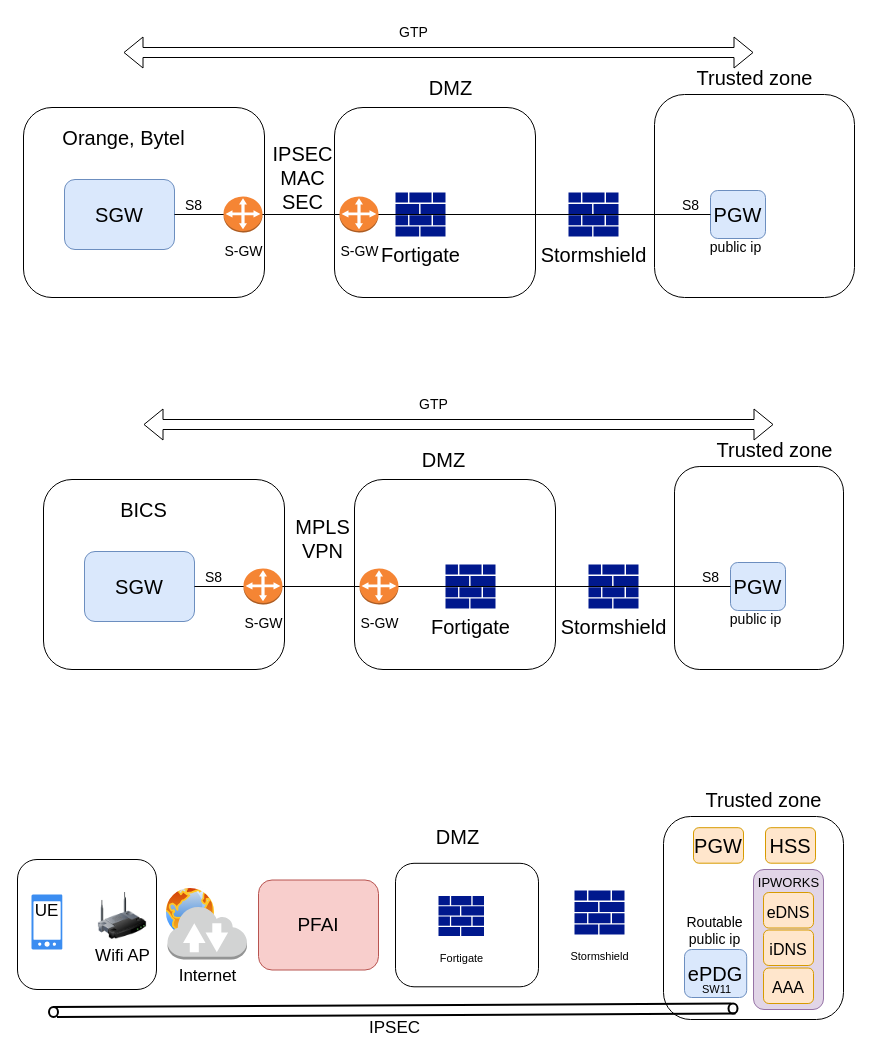
Before: page "Page-2" (2 of 3) of use_cases_sec.drawio in h4kdev/diagrams, a draw.io diagram. Source tidied: cells renumbered, new cells numbered last; positions are measured from the earlier drawing's top-left corner, leaving out a move shared by most shapes. Both pictures are drawn from the tidied source at 100%, with x=0, y=0 at pixel (17, 17).
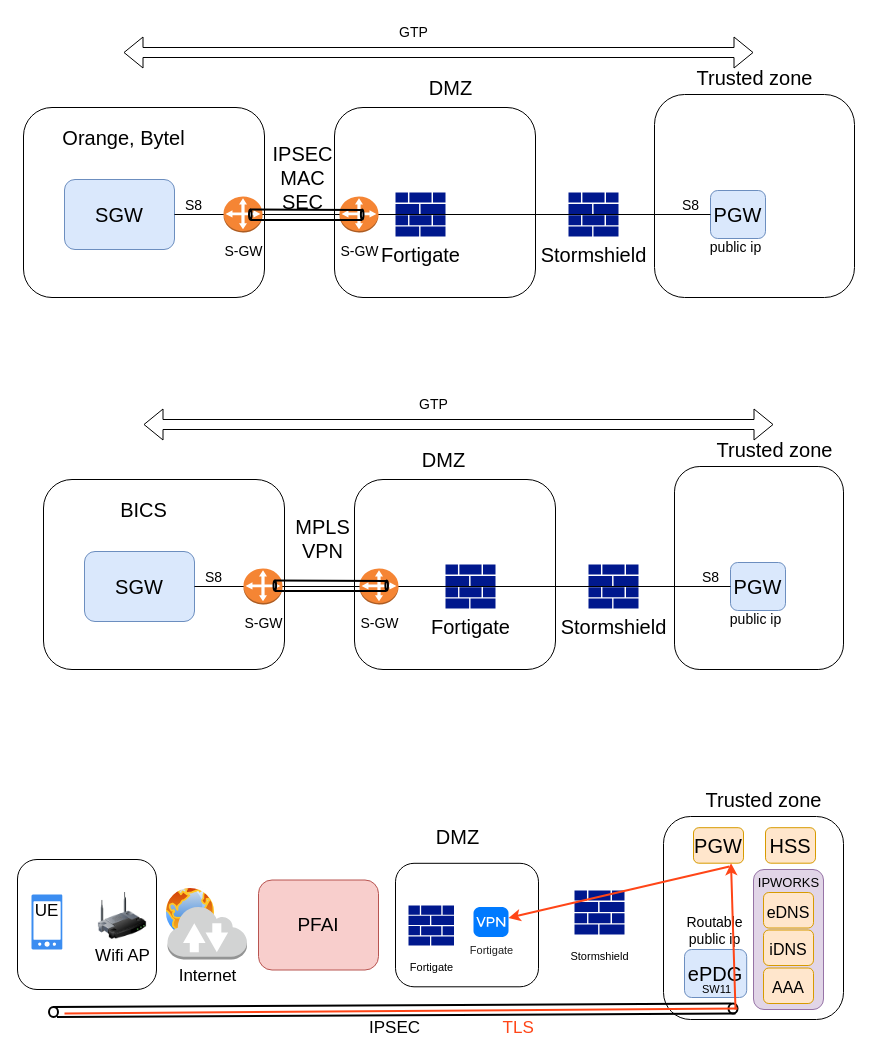
The same diagram, later.

The change refers to these unchanged cells:
```xml
<mxCell id="59" style="ellipse;whiteSpace=wrap;html=1;fontSize=17;strokeWidth=2;" parent="1" vertex="1">
  <mxGeometry x="711" y="986" width="9" height="10" as="geometry" />
</mxCell>
<mxCell id="64" value="PGW" style="rounded=1;whiteSpace=wrap;html=1;fontSize=20;fillColor=#ffe6cc;strokeColor=#d79b00;" parent="1" vertex="1">
  <mxGeometry x="676" y="810.2" width="50" height="35.5" as="geometry" />
</mxCell>
```

Diff of the diagram source:
```diff
@@
     <mxCell id="45" value="&lt;font style=&quot;font-size: 11px;&quot;&gt;Fortigate&lt;/font&gt;" style="sketch=0;shadow=0;dashed=0;html=1;strokeColor=none;labelPosition=center;verticalLabelPosition=bottom;verticalAlign=top;align=center;fillColor=#00188D;shape=mxgraph.mscae.enterprise.firewall;fontSize=20;" parent="1" vertex="1">
-      <mxGeometry x="421" y="878.5" width="45.5" height="40" as="geometry" />
+      <mxGeometry x="391" y="888" width="45.5" height="40" as="geometry" />
     </mxCell>
@@
+    <mxCell id="67" style="endArrow=none;html=1;rounded=0;strokeColor=#FF4517;strokeWidth=2;fontSize=15;fontColor=#FF4517;entryX=1;entryY=0.5;entryDx=0;entryDy=0;" parent="1" edge="1" target="59">
+      <mxGeometry relative="1" as="geometry">
+        <mxPoint x="47" y="996" as="sourcePoint" />
+      </mxGeometry>
+    </mxCell>
+    <mxCell id="68" style="endArrow=classic;html=1;rounded=0;strokeColor=#FF4517;strokeWidth=2;fontSize=15;fontColor=#FF4517;entryX=0.75;entryY=1;entryDx=0;entryDy=0;" parent="1" edge="1" target="64">
+      <mxGeometry relative="1" as="geometry">
+        <mxPoint x="718" y="992" as="sourcePoint" />
+      </mxGeometry>
+    </mxCell>
+    <mxCell id="69" style="endArrow=classic;html=1;rounded=0;strokeColor=#FF4517;strokeWidth=2;fontSize=15;fontColor=#FF4517;" parent="1" edge="1" target="70">
+      <mxGeometry relative="1" as="geometry">
+        <mxPoint x="712" y="849" as="sourcePoint" />
+      </mxGeometry>
+    </mxCell>
+    <mxCell id="70" value="&lt;font style=&quot;font-size: 11px;&quot;&gt;Fortigate&lt;/font&gt;" style="html=1;strokeWidth=1;shadow=0;dashed=0;shape=mxgraph.ios7.misc.vpn;fillColor=#007AFF;strokeColor=none;buttonText=;strokeColor2=#222222;fontColor=#222222;fontSize=8;verticalLabelPosition=bottom;verticalAlign=top;align=center;sketch=0;" parent="1" vertex="1">
+      <mxGeometry x="456" y="889.5" width="35" height="30" as="geometry" />
+    </mxCell>
+    <mxCell id="71" value="&lt;font color=&quot;#ff4517&quot;&gt;TLS&amp;nbsp;&lt;/font&gt;" style="text;html=1;align=center;verticalAlign=middle;strokeColor=none;fillColor=none;fontSize=17;" parent="1" vertex="1">
+      <mxGeometry x="472.5" y="996" width="60" height="30" as="geometry" />
+    </mxCell>
+    <mxCell id="72" style="group;" parent="1" vertex="1">
+      <mxGeometry x="231.5" y="192" width="114.5" height="10.5" as="geometry" />
+    </mxCell>
+    <mxCell id="73" style="ellipse;whiteSpace=wrap;html=1;fontSize=17;strokeWidth=2;" parent="72" vertex="1">
+      <mxGeometry x="111.9" width="2.6" height="10" as="geometry" />
+    </mxCell>
+    <mxCell id="74" style="ellipse;whiteSpace=wrap;html=1;fontSize=17;strokeWidth=2;" parent="72" vertex="1">
+      <mxGeometry width="2.6" height="10" as="geometry" />
+    </mxCell>
+    <mxCell id="75" style="endArrow=none;html=1;rounded=0;fontSize=17;strokeWidth=2;" parent="72" edge="1">
+      <mxGeometry relative="1" as="geometry">
+        <mxPoint x="1.2" as="sourcePoint" />
+        <mxPoint x="113" y="0.5" as="targetPoint" />
+      </mxGeometry>
+    </mxCell>
+    <mxCell id="76" style="endArrow=none;html=1;rounded=0;fontSize=17;strokeWidth=2;" parent="72" edge="1">
+      <mxGeometry relative="1" as="geometry">
+        <mxPoint x="1.3" y="10.5" as="sourcePoint" />
+        <mxPoint x="113" y="10.5" as="targetPoint" />
+      </mxGeometry>
+    </mxCell>
+    <mxCell id="77" style="group;" parent="1" vertex="1">
+      <mxGeometry x="256" y="563" width="114.5" height="10.5" as="geometry" />
+    </mxCell>
+    <mxCell id="78" style="ellipse;whiteSpace=wrap;html=1;fontSize=17;strokeWidth=2;" parent="77" vertex="1">
+      <mxGeometry x="111.9" width="2.6" height="10" as="geometry" />
+    </mxCell>
+    <mxCell id="79" style="ellipse;whiteSpace=wrap;html=1;fontSize=17;strokeWidth=2;" parent="77" vertex="1">
+      <mxGeometry width="2.6" height="10" as="geometry" />
+    </mxCell>
+    <mxCell id="80" style="endArrow=none;html=1;rounded=0;fontSize=17;strokeWidth=2;" parent="77" edge="1">
+      <mxGeometry relative="1" as="geometry">
+        <mxPoint x="1.2" as="sourcePoint" />
+        <mxPoint x="113" y="0.5" as="targetPoint" />
+      </mxGeometry>
+    </mxCell>
+    <mxCell id="81" style="endArrow=none;html=1;rounded=0;fontSize=17;strokeWidth=2;" parent="77" edge="1">
+      <mxGeometry relative="1" as="geometry">
+        <mxPoint x="1.3" y="10.5" as="sourcePoint" />
+        <mxPoint x="113" y="10.5" as="targetPoint" />
+      </mxGeometry>
+    </mxCell>
```
